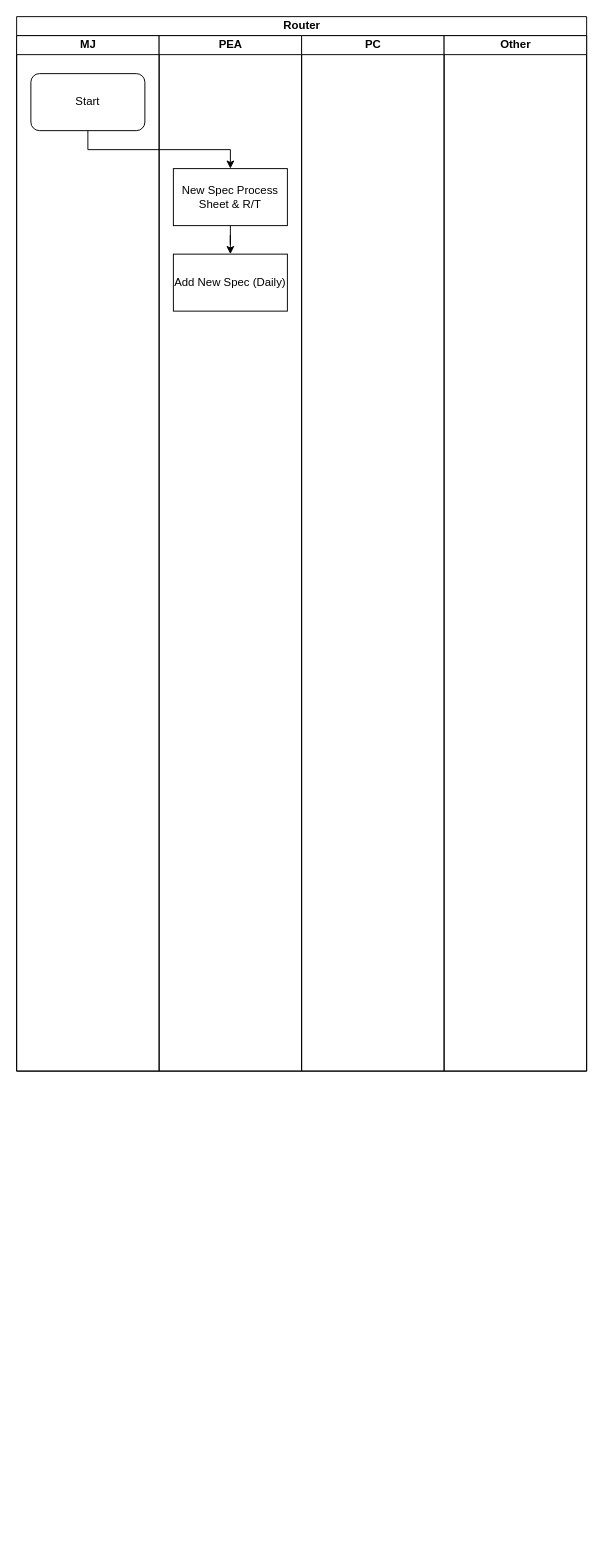
Above: Router.drawio in mookeng49/Flowchart (draw.io), before the change. Source tidied: cells renumbered, new cells numbered last; positions are measured from the earlier drawing's top-left corner, leaving out a move shared by most shapes. Both pictures are drawn from the tidied source at 95%, with x=0, y=0 at pixel (16, 16).
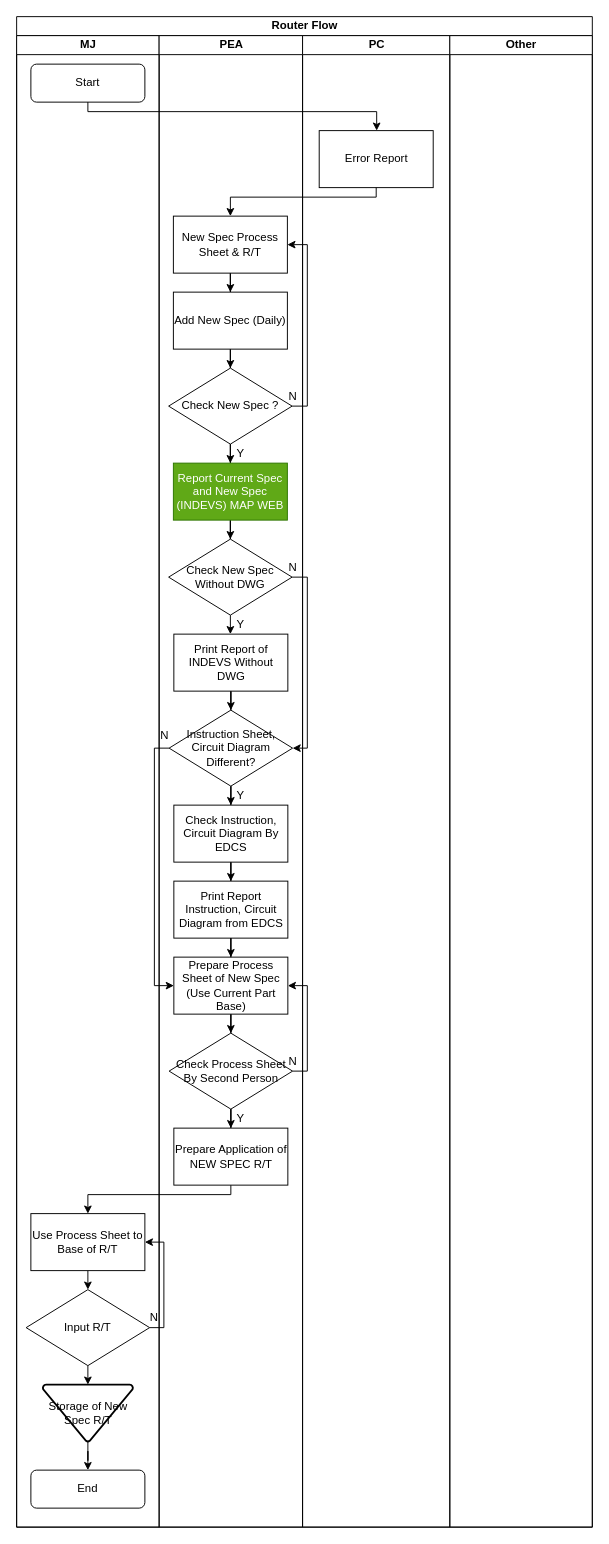
After the change.

What changed in the source:
```diff
@@
-    <mxCell id="2" value="Router" style="swimlane;html=1;startSize=20;" parent="1" vertex="1">
-      <mxGeometry width="600" height="1110" as="geometry" />
+    <mxCell id="2" value="Router Flow" style="swimlane;html=1;startSize=20;" parent="1" vertex="1">
+      <mxGeometry width="606" height="1590" as="geometry" />
     </mxCell>
     <mxCell id="3" value="MJ" style="swimlane;html=1;startSize=20;" parent="2" vertex="1">
-      <mxGeometry y="20" width="150" height="1090" as="geometry" />
+      <mxGeometry y="20" width="150" height="1570" as="geometry" />
     </mxCell>
     <mxCell id="4" value="Start" style="rounded=1;whiteSpace=wrap;html=1;" parent="3" vertex="1">
-      <mxGeometry x="15" y="40" width="120" height="60" as="geometry" />
+      <mxGeometry x="15" y="30" width="120" height="40" as="geometry" />
     </mxCell>
+    <mxCell id="12" style="edgeStyle=orthogonalEdgeStyle;rounded=0;jettySize=auto;html=1;entryX=0.5;entryY=0;entryDx=0;entryDy=0;" parent="3" edge="1" source="13">
+      <mxGeometry relative="1" as="geometry">
+        <mxPoint x="75" y="1320" as="targetPoint" />
+      </mxGeometry>
+    </mxCell>
+    <mxCell id="13" value="Use Process Sheet to Base of R/T" style="rounded=0;whiteSpace=wrap;html=1;" parent="3" vertex="1">
+      <mxGeometry x="15" y="1240" width="120" height="60" as="geometry" />
+    </mxCell>
+    <mxCell id="14" style="edgeStyle=orthogonalEdgeStyle;rounded=0;jettySize=auto;html=1;entryX=1;entryY=0.5;entryDx=0;entryDy=0;" parent="3" edge="1" target="13">
+      <mxGeometry relative="1" as="geometry">
+        <mxPoint x="140" y="1360" as="sourcePoint" />
+        <Array as="points">
+          <mxPoint x="155" y="1360" />
+          <mxPoint x="155" y="1270" />
+        </Array>
+      </mxGeometry>
+    </mxCell>
+    <mxCell id="15" style="edgeStyle=orthogonalEdgeStyle;rounded=0;jettySize=auto;html=1;entryX=0.5;entryY=0;entryDx=0;entryDy=0;entryPerimeter=0;" parent="3" edge="1" target="17">
+      <mxGeometry relative="1" as="geometry">
+        <mxPoint x="75" y="1400" as="sourcePoint" />
+      </mxGeometry>
+    </mxCell>
+    <mxCell id="16" style="edgeStyle=orthogonalEdgeStyle;rounded=0;jettySize=auto;html=1;" parent="3" edge="1" source="17" target="19">
+      <mxGeometry relative="1" as="geometry" />
+    </mxCell>
+    <mxCell id="17" value="Storage of New Spec R/T" style="strokeWidth=2;html=1;shape=mxgraph.flowchart.merge_or_storage;whiteSpace=wrap;labelBackgroundColor=none;" parent="3" vertex="1">
+      <mxGeometry x="27.5" y="1420" width="95" height="60" as="geometry" />
+    </mxCell>
+    <mxCell id="18" value="Input R/T" style="rhombus;whiteSpace=wrap;html=1;" parent="3" vertex="1">
+      <mxGeometry x="10" y="1320" width="130" height="80" as="geometry" />
+    </mxCell>
+    <mxCell id="19" value="End" style="rounded=1;whiteSpace=wrap;html=1;" parent="3" vertex="1">
+      <mxGeometry x="15" y="1510" width="120" height="40" as="geometry" />
+    </mxCell>
+    <mxCell id="20" value="N" style="text;html=1;strokeColor=none;fillColor=none;align=center;verticalAlign=middle;whiteSpace=wrap;rounded=0;" parent="3" vertex="1">
+      <mxGeometry x="135" y="1340" width="20" height="20" as="geometry" />
+    </mxCell>
+    <mxCell id="21" style="edgeStyle=orthogonalEdgeStyle;rounded=0;jettySize=auto;html=1;" parent="2" edge="1" source="50" target="13">
+      <mxGeometry relative="1" as="geometry">
+        <Array as="points">
+          <mxPoint x="226" y="1240" />
+          <mxPoint x="75" y="1240" />
+        </Array>
+      </mxGeometry>
+    </mxCell>
     <mxCell id="5" value="PEA" style="swimlane;html=1;startSize=20;" parent="2" vertex="1">
-      <mxGeometry x="150" y="20" width="150" height="1090" as="geometry" />
+      <mxGeometry x="150" y="20" width="151" height="1570" as="geometry" />
     </mxCell>
@@
+    <mxCell id="22" style="edgeStyle=orthogonalEdgeStyle;rounded=0;jettySize=auto;html=1;entryX=0.5;entryY=0;entryDx=0;entryDy=0;" parent="5" edge="1" source="8" target="31">
+      <mxGeometry relative="1" as="geometry" />
+    </mxCell>
+    <mxCell id="23" style="edgeStyle=orthogonalEdgeStyle;rounded=0;jettySize=auto;html=1;entryX=0.5;entryY=0;entryDx=0;entryDy=0;" parent="5" edge="1" source="45" target="47">
+      <mxGeometry relative="1" as="geometry" />
+    </mxCell>
+    <mxCell id="24" style="edgeStyle=orthogonalEdgeStyle;rounded=0;jettySize=auto;html=1;entryX=1;entryY=0.5;entryDx=0;entryDy=0;" parent="5" edge="1" source="45" target="29">
+      <mxGeometry relative="1" as="geometry">
+        <Array as="points">
+          <mxPoint x="75" y="570" />
+          <mxPoint x="156" y="570" />
+          <mxPoint x="156" y="820" />
+        </Array>
+      </mxGeometry>
+    </mxCell>
+    <mxCell id="25" style="edgeStyle=orthogonalEdgeStyle;rounded=0;jettySize=auto;html=1;entryX=0;entryY=0.5;entryDx=0;entryDy=0;" parent="5" edge="1" source="29" target="38">
+      <mxGeometry relative="1" as="geometry">
+        <Array as="points">
+          <mxPoint x="-5" y="750" />
+          <mxPoint x="-5" y="1000" />
+        </Array>
+      </mxGeometry>
+    </mxCell>
+    <mxCell id="26" style="edgeStyle=orthogonalEdgeStyle;rounded=0;jettySize=auto;html=1;entryX=0.5;entryY=0;entryDx=0;entryDy=0;" parent="5" edge="1" source="35" target="36">
+      <mxGeometry relative="1" as="geometry" />
+    </mxCell>
+    <mxCell id="27" value="N" style="text;html=1;strokeColor=none;fillColor=none;align=center;verticalAlign=middle;whiteSpace=wrap;rounded=0;" parent="5" vertex="1">
+      <mxGeometry x="-4.5" y="727" width="20" height="20" as="geometry" />
+    </mxCell>
+    <mxCell id="28" style="edgeStyle=orthogonalEdgeStyle;rounded=0;jettySize=auto;html=1;entryX=0.5;entryY=0;entryDx=0;entryDy=0;" parent="5" edge="1" source="29" target="35">
+      <mxGeometry relative="1" as="geometry" />
+    </mxCell>
+    <mxCell id="29" value="Instruction Sheet, Circuit Diagram Different?" style="rhombus;whiteSpace=wrap;html=1;" parent="5" vertex="1">
+      <mxGeometry x="10.5" y="710" width="130" height="80" as="geometry" />
+    </mxCell>
+    <mxCell id="30" style="edgeStyle=orthogonalEdgeStyle;rounded=0;jettySize=auto;html=1;" parent="5" edge="1" source="49" target="50">
+      <mxGeometry relative="1" as="geometry" />
+    </mxCell>
+    <mxCell id="31" value="Check New Spec ?" style="rhombus;whiteSpace=wrap;html=1;" parent="5" vertex="1">
+      <mxGeometry x="10" y="350" width="130" height="80" as="geometry" />
+    </mxCell>
+    <mxCell id="32" style="edgeStyle=orthogonalEdgeStyle;rounded=0;jettySize=auto;html=1;entryX=1;entryY=0.5;entryDx=0;entryDy=0;" parent="5" edge="1" source="31" target="7">
+      <mxGeometry relative="1" as="geometry">
+        <Array as="points">
+          <mxPoint x="156" y="390" />
+          <mxPoint x="156" y="220" />
+        </Array>
+      </mxGeometry>
+    </mxCell>
+    <mxCell id="33" style="edgeStyle=orthogonalEdgeStyle;rounded=0;jettySize=auto;html=1;" parent="5" edge="1" source="31" target="44">
+      <mxGeometry relative="1" as="geometry" />
+    </mxCell>
+    <mxCell id="34" style="edgeStyle=orthogonalEdgeStyle;rounded=0;jettySize=auto;html=1;entryX=0.5;entryY=0;entryDx=0;entryDy=0;" parent="5" edge="1" source="44" target="45">
+      <mxGeometry relative="1" as="geometry" />
+    </mxCell>
+    <mxCell id="35" value="Check Instruction, Circuit Diagram By EDCS" style="rounded=0;whiteSpace=wrap;html=1;" parent="5" vertex="1">
+      <mxGeometry x="15.5" y="810" width="120" height="60" as="geometry" />
+    </mxCell>
+    <mxCell id="36" value="Print Report Instruction, Circuit Diagram from EDCS" style="rounded=0;whiteSpace=wrap;html=1;" parent="5" vertex="1">
+      <mxGeometry x="15.5" y="890" width="120" height="60" as="geometry" />
+    </mxCell>
+    <mxCell id="37" style="edgeStyle=orthogonalEdgeStyle;rounded=0;jettySize=auto;html=1;entryX=0.5;entryY=0;entryDx=0;entryDy=0;" parent="5" edge="1" source="38" target="49">
+      <mxGeometry relative="1" as="geometry" />
+    </mxCell>
+    <mxCell id="38" value="Prepare Process Sheet of New Spec (Use Current Part Base)" style="rounded=0;whiteSpace=wrap;html=1;" parent="5" vertex="1">
+      <mxGeometry x="15.5" y="970" width="120" height="60" as="geometry" />
+    </mxCell>
+    <mxCell id="39" value="Y" style="text;html=1;strokeColor=none;fillColor=none;align=center;verticalAlign=middle;whiteSpace=wrap;rounded=0;" parent="5" vertex="1">
+      <mxGeometry x="76" y="1130" width="20" height="20" as="geometry" />
+    </mxCell>
+    <mxCell id="40" value="Y" style="text;html=1;strokeColor=none;fillColor=none;align=center;verticalAlign=middle;whiteSpace=wrap;rounded=0;" parent="5" vertex="1">
+      <mxGeometry x="76" y="790" width="20" height="20" as="geometry" />
+    </mxCell>
+    <mxCell id="41" value="Y" style="text;html=1;strokeColor=none;fillColor=none;align=center;verticalAlign=middle;whiteSpace=wrap;rounded=0;" parent="5" vertex="1">
+      <mxGeometry x="76" y="610" width="20" height="20" as="geometry" />
+    </mxCell>
+    <mxCell id="42" value="Y" style="text;html=1;strokeColor=none;fillColor=none;align=center;verticalAlign=middle;whiteSpace=wrap;rounded=0;" parent="5" vertex="1">
+      <mxGeometry x="76" y="430" width="20" height="20" as="geometry" />
+    </mxCell>
+    <mxCell id="43" style="edgeStyle=orthogonalEdgeStyle;rounded=0;jettySize=auto;html=1;" parent="5" edge="1" source="36" target="38">
+      <mxGeometry relative="1" as="geometry" />
+    </mxCell>
     <mxCell id="7" value="New Spec Process Sheet &amp;amp; R/T" style="rounded=0;whiteSpace=wrap;html=1;" parent="5" vertex="1">
-      <mxGeometry x="15" y="140" width="120" height="60" as="geometry" />
+      <mxGeometry x="15" y="190" width="120" height="60" as="geometry" />
     </mxCell>
     <mxCell id="8" value="Add New Spec (Daily)" style="rounded=0;whiteSpace=wrap;html=1;" parent="5" vertex="1">
-      <mxGeometry x="15" y="230" width="120" height="60" as="geometry" />
+      <mxGeometry x="15" y="270" width="120" height="60" as="geometry" />
     </mxCell>
+    <mxCell id="44" value="Report Current Spec and New Spec (INDEVS) MAP WEB" style="rounded=0;whiteSpace=wrap;html=1;fillColor=#60a917;strokeColor=#2D7600;fontColor=#ffffff;" parent="5" vertex="1">
+      <mxGeometry x="15" y="450" width="120" height="60" as="geometry" />
+    </mxCell>
+    <mxCell id="45" value="Check New Spec Without DWG&lt;br&gt;" style="rhombus;whiteSpace=wrap;html=1;" parent="5" vertex="1">
+      <mxGeometry x="10" y="530" width="130" height="80" as="geometry" />
+    </mxCell>
+    <mxCell id="46" style="edgeStyle=orthogonalEdgeStyle;rounded=0;jettySize=auto;html=1;entryX=0.5;entryY=0;entryDx=0;entryDy=0;" parent="5" edge="1" source="47" target="29">
+      <mxGeometry relative="1" as="geometry" />
+    </mxCell>
+    <mxCell id="47" value="Print Report of INDEVS Without DWG" style="rounded=0;whiteSpace=wrap;html=1;" parent="5" vertex="1">
+      <mxGeometry x="15.5" y="630" width="120" height="60" as="geometry" />
+    </mxCell>
+    <mxCell id="48" style="edgeStyle=orthogonalEdgeStyle;rounded=0;jettySize=auto;html=1;entryX=1;entryY=0.5;entryDx=0;entryDy=0;" parent="5" edge="1" source="49" target="38">
+      <mxGeometry relative="1" as="geometry">
+        <Array as="points">
+          <mxPoint x="156" y="1090" />
+          <mxPoint x="156" y="1000" />
+        </Array>
+      </mxGeometry>
+    </mxCell>
+    <mxCell id="49" value="&lt;font&gt;Check Process Sheet&lt;br&gt;By Second Person&lt;/font&gt;" style="rhombus;whiteSpace=wrap;html=1;labelBackgroundColor=none;" parent="5" vertex="1">
+      <mxGeometry x="10.5" y="1050" width="130" height="80" as="geometry" />
+    </mxCell>
+    <mxCell id="50" value="Prepare Application of NEW SPEC R/T" style="rounded=0;whiteSpace=wrap;html=1;" parent="5" vertex="1">
+      <mxGeometry x="15.5" y="1150" width="120" height="60" as="geometry" />
+    </mxCell>
+    <mxCell id="51" value="N" style="text;html=1;strokeColor=none;fillColor=none;align=center;verticalAlign=middle;whiteSpace=wrap;rounded=0;" parent="5" vertex="1">
+      <mxGeometry x="131" y="1070" width="20" height="20" as="geometry" />
+    </mxCell>
+    <mxCell id="52" value="N" style="text;html=1;strokeColor=none;fillColor=none;align=center;verticalAlign=middle;whiteSpace=wrap;rounded=0;" parent="5" vertex="1">
+      <mxGeometry x="131" y="550" width="20" height="20" as="geometry" />
+    </mxCell>
+    <mxCell id="53" value="N" style="text;html=1;strokeColor=none;fillColor=none;align=center;verticalAlign=middle;whiteSpace=wrap;rounded=0;" parent="5" vertex="1">
+      <mxGeometry x="131" y="370" width="20" height="20" as="geometry" />
+    </mxCell>
     <mxCell id="9" value="PC" style="swimlane;html=1;startSize=20;" parent="2" vertex="1">
-      <mxGeometry x="300" y="20" width="150" height="1090" as="geometry" />
+      <mxGeometry x="301" y="20" width="155" height="1570" as="geometry" />
     </mxCell>
+    <mxCell id="54" value="Error Report" style="rounded=0;whiteSpace=wrap;html=1;" parent="9" vertex="1">
+      <mxGeometry x="17.5" y="100" width="120" height="60" as="geometry" />
+    </mxCell>
     <mxCell id="10" value="Other" style="swimlane;html=1;startSize=20;" parent="2" vertex="1">
-      <mxGeometry x="450" y="20" width="150" height="1090" as="geometry" />
+      <mxGeometry x="456" y="20" width="150" height="1570" as="geometry" />
     </mxCell>
-    <mxCell id="11" style="edgeStyle=orthogonalEdgeStyle;rounded=0;jettySize=auto;html=1;entryX=0.5;entryY=0;entryDx=0;entryDy=0;" parent="2" edge="1" source="4" target="7">
-      <mxGeometry relative="1" as="geometry">
-        <Array as="points">
-          <mxPoint x="75" y="140" />
-          <mxPoint x="225" y="140" />
-        </Array>
-      </mxGeometry>
-    </mxCell>
+    <mxCell id="55" style="edgeStyle=orthogonalEdgeStyle;rounded=0;jettySize=auto;html=1;" parent="2" edge="1" source="4" target="54">
+      <mxGeometry relative="1" as="geometry">
+        <Array as="points">
+          <mxPoint x="75" y="100" />
+          <mxPoint x="379" y="100" />
+        </Array>
+      </mxGeometry>
+    </mxCell>
+    <mxCell id="56" style="edgeStyle=orthogonalEdgeStyle;rounded=0;jettySize=auto;html=1;" parent="2" edge="1" source="54" target="7">
+      <mxGeometry relative="1" as="geometry">
+        <Array as="points">
+          <mxPoint x="379" y="190" />
+          <mxPoint x="225" y="190" />
+        </Array>
+      </mxGeometry>
+    </mxCell>
```
